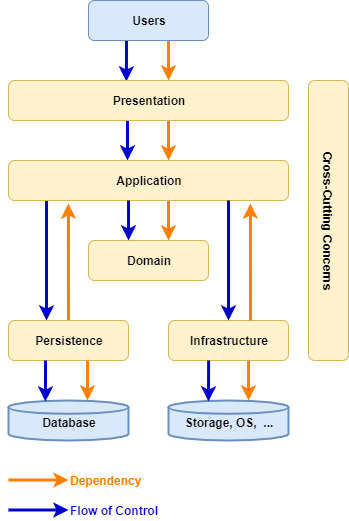
Before: docs/imgs/Layer-Dependencies.png, a diagram exported from draw.io (phongnguyend/Practical.CleanArchitecture). Source tidied: cells renumbered, new cells last; positions are measured from the earlier drawing's top-left corner, leaving out a move shared by most shapes.
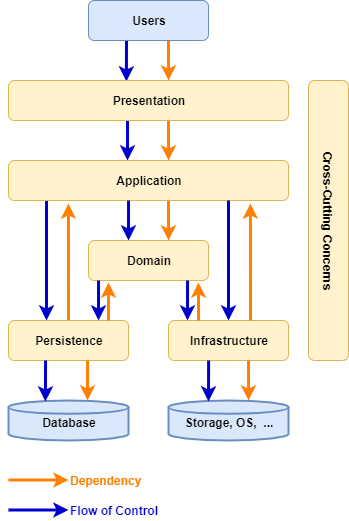
After the commit.

Diff of the diagram source:
```diff
@@ -130,5 +130,29 @@
         <mxPoint x="60" y="509.5" as="targetPoint" />
       </mxGeometry>
     </mxCell>
+    <mxCell id="29" style="rounded=0;orthogonalLoop=1;jettySize=auto;html=1;exitX=0.75;exitY=0;exitDx=0;exitDy=0;entryX=0.083;entryY=1.05;entryDx=0;entryDy=0;entryPerimeter=0;strokeWidth=3;strokeColor=#FF8000;" parent="1" edge="1">
+      <mxGeometry relative="1" as="geometry">
+        <mxPoint x="100" y="320" as="sourcePoint" />
+        <mxPoint x="100" y="282" as="targetPoint" />
+      </mxGeometry>
+    </mxCell>
+    <mxCell id="30" style="rounded=0;orthogonalLoop=1;jettySize=auto;html=1;exitX=0.75;exitY=0;exitDx=0;exitDy=0;entryX=0.083;entryY=1.05;entryDx=0;entryDy=0;entryPerimeter=0;strokeWidth=3;strokeColor=#FF8000;" parent="1" edge="1">
+      <mxGeometry relative="1" as="geometry">
+        <mxPoint x="190" y="320" as="sourcePoint" />
+        <mxPoint x="190" y="282" as="targetPoint" />
+      </mxGeometry>
+    </mxCell>
+    <mxCell id="31" style="edgeStyle=none;rounded=0;orthogonalLoop=1;jettySize=auto;html=1;exitX=0.75;exitY=1;exitDx=0;exitDy=0;entryX=0.607;entryY=0;entryDx=0;entryDy=0;entryPerimeter=0;strokeColor=#0000CC;strokeWidth=3;fontColor=#FF8000;" parent="1" edge="1">
+      <mxGeometry relative="1" as="geometry">
+        <mxPoint x="90" y="280" as="sourcePoint" />
+        <mxPoint x="90" y="320" as="targetPoint" />
+      </mxGeometry>
+    </mxCell>
+    <mxCell id="32" style="edgeStyle=none;rounded=0;orthogonalLoop=1;jettySize=auto;html=1;exitX=0.75;exitY=1;exitDx=0;exitDy=0;entryX=0.607;entryY=0;entryDx=0;entryDy=0;entryPerimeter=0;strokeColor=#0000CC;strokeWidth=3;fontColor=#FF8000;" parent="1" edge="1">
+      <mxGeometry relative="1" as="geometry">
+        <mxPoint x="179" y="280" as="sourcePoint" />
+        <mxPoint x="179" y="320" as="targetPoint" />
+      </mxGeometry>
+    </mxCell>
   </root>
 </mxGraphModel>
```
